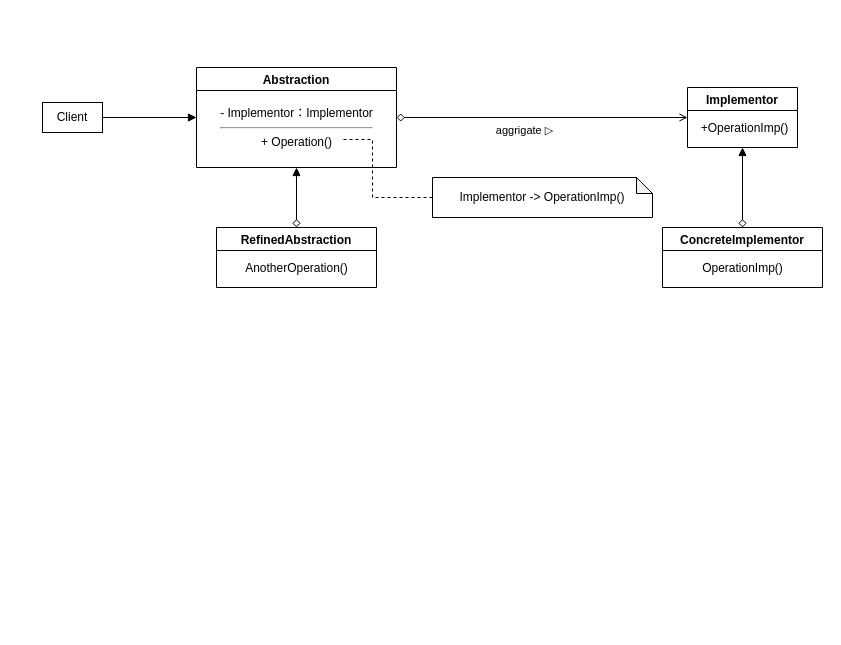
hanahageWanko/php-project keeps this draw.io diagram as design-pattern/Bridge/class-diagram.drawio. Above is the earlier version. Source tidied: cells renumbered, new cells numbered last; positions are measured from the earlier drawing's top-left corner, leaving out a move shared by most shapes. Both pictures are drawn from the tidied source at 100%, with x=0, y=0 at pixel (42, 67).
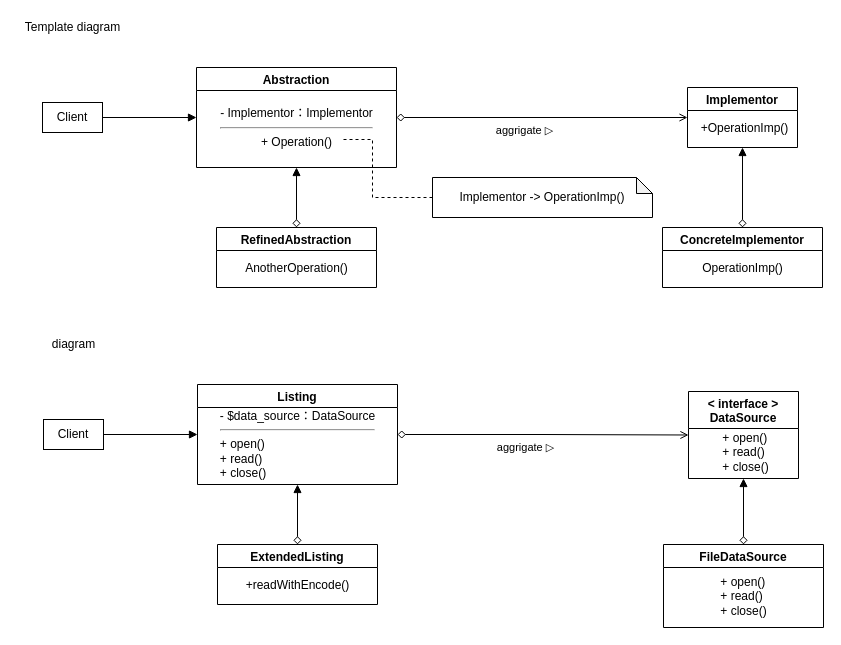
The same page after the edit.

Commit message (it also covers changes not shown here):
update: design-pattern<Bridge> class-diagram

Diff of the diagram source:
```diff
@@
+    <mxCell id="18" value="Template diagram" style="text;html=1;align=center;verticalAlign=middle;strokeColor=none;" parent="1" vertex="1">
+      <mxGeometry x="-25" y="-50" width="110" height="20" as="geometry" />
+    </mxCell>
+    <mxCell id="19" style="edgeStyle=orthogonalEdgeStyle;rounded=0;jettySize=auto;html=1;entryX=0;entryY=0.5;entryDx=0;entryDy=0;startArrow=none;startFill=0;endArrow=block;endFill=1;" parent="1" edge="1" source="20" target="23">
+      <mxGeometry relative="1" as="geometry" />
+    </mxCell>
+    <mxCell id="20" value="Client" style="whiteSpace=wrap;html=1;" parent="1" vertex="1">
+      <mxGeometry x="1" y="352" width="60" height="30" as="geometry" />
+    </mxCell>
+    <mxCell id="21" style="edgeStyle=orthogonalEdgeStyle;rounded=0;jettySize=auto;html=1;entryX=0;entryY=0.5;entryDx=0;entryDy=0;startArrow=diamond;startFill=0;endArrow=open;endFill=0;" parent="1" edge="1" source="23" target="25">
+      <mxGeometry relative="1" as="geometry" />
+    </mxCell>
+    <mxCell id="22" value="aggrigate ▷" style="edgeLabel;html=1;align=center;verticalAlign=middle;" parent="21" vertex="1">
+      <mxGeometry x="-0.29" relative="1" as="geometry">
+        <mxPoint x="24" y="12" as="offset" />
+      </mxGeometry>
+    </mxCell>
+    <mxCell id="23" value="Listing" style="swimlane;" parent="1" vertex="1">
+      <mxGeometry x="155" y="317" width="200" height="100" as="geometry" />
+    </mxCell>
+    <mxCell id="24" value="- $data_source：DataSource&lt;br&gt;&lt;hr id=&quot;null&quot;&gt;&lt;div style=&quot;text-align: left&quot;&gt;&lt;span&gt;+ open()&lt;/span&gt;&lt;/div&gt;&lt;div style=&quot;text-align: left&quot;&gt;&lt;span&gt;+ read()&lt;/span&gt;&lt;/div&gt;&lt;div style=&quot;text-align: left&quot;&gt;&lt;span&gt;+ close()&lt;/span&gt;&lt;/div&gt;" style="text;html=1;align=center;verticalAlign=middle;strokeColor=none;" parent="23" vertex="1">
+      <mxGeometry x="15" y="20" width="170" height="80" as="geometry" />
+    </mxCell>
+    <mxCell id="25" value="&lt; interface &gt;&#10;DataSource" style="swimlane;startSize=37;" parent="1" vertex="1">
+      <mxGeometry x="646" y="324" width="110" height="87" as="geometry" />
+    </mxCell>
+    <mxCell id="26" value="&lt;div style=&quot;text-align: left&quot;&gt;&lt;span&gt;+ open()&lt;/span&gt;&lt;/div&gt;&lt;div style=&quot;text-align: left&quot;&gt;&lt;span&gt;+ read()&lt;/span&gt;&lt;/div&gt;&lt;div style=&quot;text-align: left&quot;&gt;&lt;span&gt;+ close()&lt;/span&gt;&lt;/div&gt;" style="text;html=1;align=center;verticalAlign=middle;strokeColor=none;" parent="25" vertex="1">
+      <mxGeometry x="27" y="36" width="60" height="50" as="geometry" />
+    </mxCell>
+    <mxCell id="27" style="edgeStyle=orthogonalEdgeStyle;rounded=0;jettySize=auto;html=1;entryX=0.5;entryY=1;entryDx=0;entryDy=0;startArrow=diamond;startFill=0;endArrow=block;endFill=1;" parent="1" edge="1" source="28" target="25">
+      <mxGeometry relative="1" as="geometry" />
+    </mxCell>
+    <mxCell id="28" value="FileDataSource" style="swimlane;" parent="1" vertex="1">
+      <mxGeometry x="621" y="477" width="160" height="83" as="geometry" />
+    </mxCell>
+    <mxCell id="29" value="&lt;div style=&quot;text-align: left&quot;&gt;&lt;span&gt;+ open()&lt;/span&gt;&lt;/div&gt;&lt;div style=&quot;text-align: left&quot;&gt;&lt;span&gt;+ read()&lt;/span&gt;&lt;/div&gt;&lt;div style=&quot;text-align: left&quot;&gt;&lt;span&gt;+ close()&lt;/span&gt;&lt;/div&gt;" style="text;html=1;align=center;verticalAlign=middle;strokeColor=none;" parent="28" vertex="1">
+      <mxGeometry x="50" y="27" width="60" height="50" as="geometry" />
+    </mxCell>
+    <mxCell id="30" style="edgeStyle=orthogonalEdgeStyle;rounded=0;jettySize=auto;html=1;entryX=0.5;entryY=1;entryDx=0;entryDy=0;startArrow=diamond;startFill=0;endArrow=block;endFill=1;" parent="1" edge="1" source="31" target="23">
+      <mxGeometry relative="1" as="geometry" />
+    </mxCell>
+    <mxCell id="31" value="ExtendedListing" style="swimlane;" parent="1" vertex="1">
+      <mxGeometry x="175" y="477" width="160" height="60" as="geometry" />
+    </mxCell>
+    <mxCell id="32" value="+readWithEncode()" style="text;html=1;align=center;verticalAlign=middle;strokeColor=none;" parent="31" vertex="1">
+      <mxGeometry x="20" y="31" width="120" height="20" as="geometry" />
+    </mxCell>
+    <mxCell id="33" value="diagram" style="text;html=1;align=center;verticalAlign=middle;strokeColor=none;" parent="1" vertex="1">
+      <mxGeometry x="1" y="267" width="60" height="20" as="geometry" />
+    </mxCell>
```
